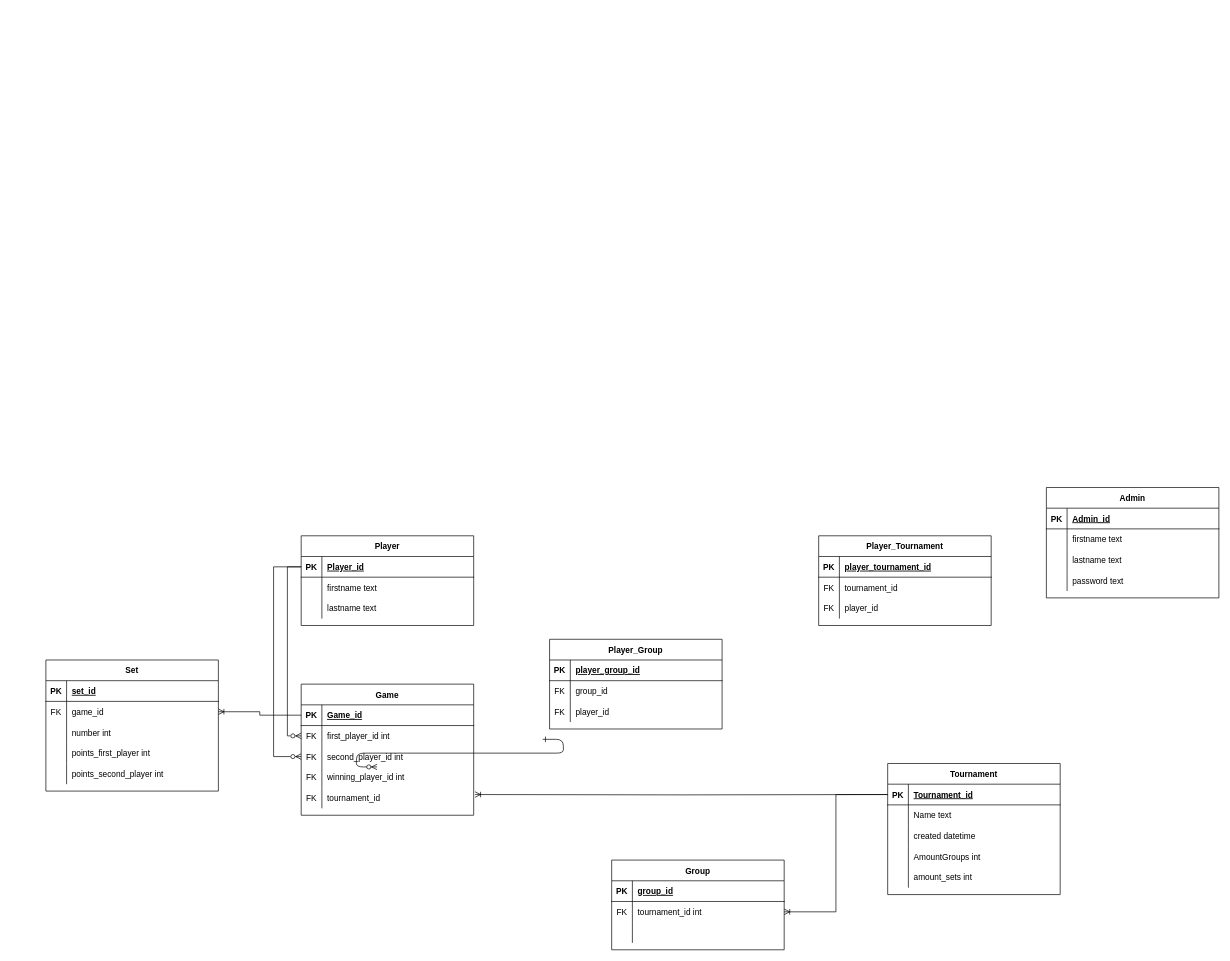
WolfusGeorgus/turbo-tennis keeps this draw.io diagram as TurboTennis.drawio. Above is the earlier version. Source tidied: cells renumbered, new cells numbered last; positions are measured from the earlier drawing's top-left corner, leaving out a move shared by most shapes. Both pictures are drawn from the tidied source at 69%, with x=0, y=0 at pixel (46, 487).
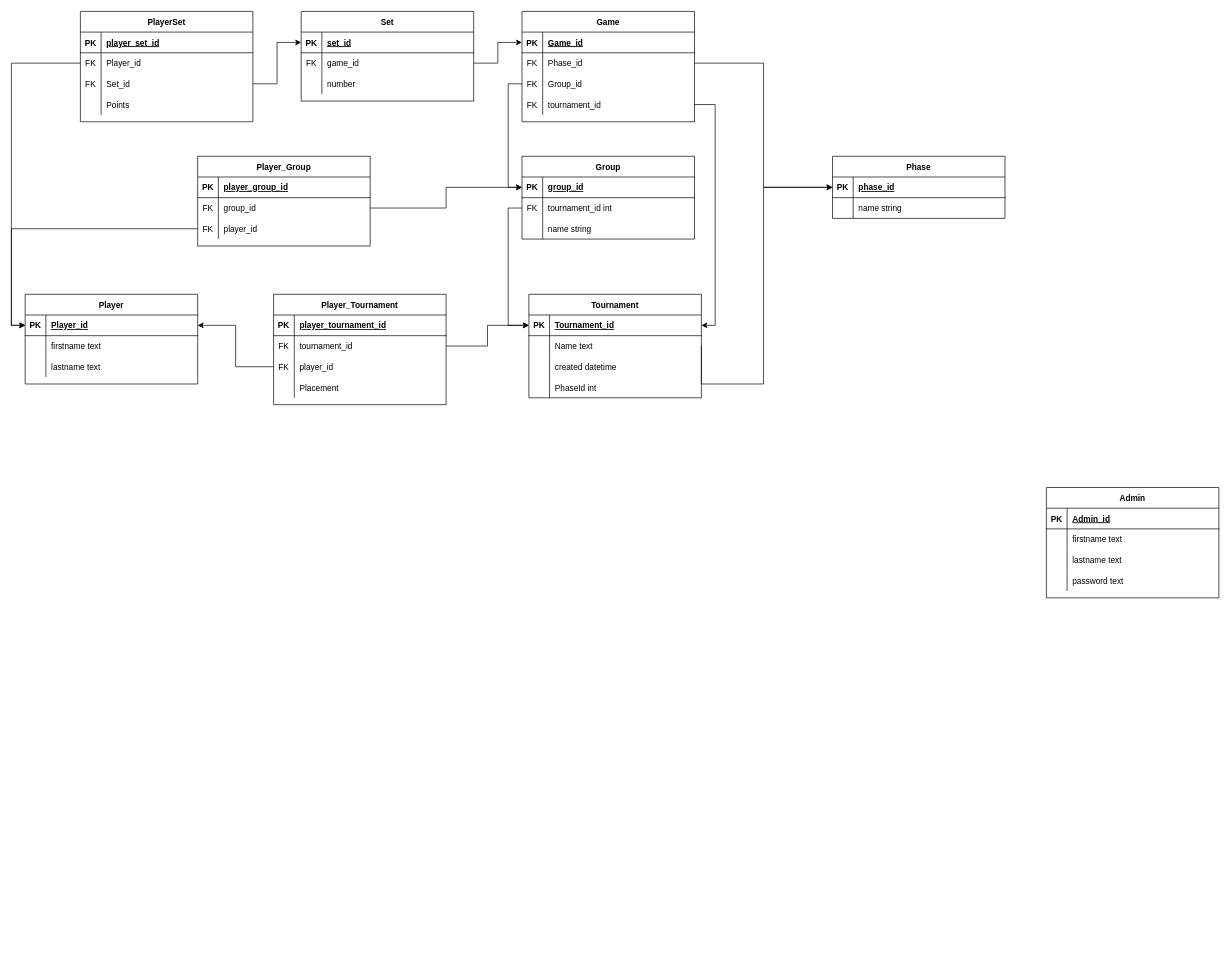
After the change.

The change refers to these unchanged cells:
```xml
<mxCell id="4" style="shape=partialRectangle;fillColor=none;points=[[0,0.5],[1,0.5]];portConstraint=eastwest;top=0;left=0;right=0;bottom=1;" parent="3" vertex="1">
  <mxGeometry y="30" width="250" height="30" as="geometry" />
</mxCell>
<mxCell id="27" style="shape=partialRectangle;fillColor=none;points=[[0,0.5],[1,0.5]];portConstraint=eastwest;top=0;left=0;right=0;bottom=1;" parent="26" vertex="1">
  <mxGeometry y="30" width="250" height="30" as="geometry" />
</mxCell>
<mxCell id="30" style="shape=partialRectangle;fillColor=none;points=[[0,0.5],[1,0.5]];portConstraint=eastwest;top=0;left=0;right=0;bottom=0;" parent="26" vertex="1">
  <mxGeometry y="60" width="250" height="30" as="geometry" />
</mxCell>
<mxCell id="36" style="shape=partialRectangle;fillColor=none;top=0;left=0;right=0;bottom=0;" parent="26" vertex="1">
  <mxGeometry y="120" width="250" height="30" as="geometry" />
</mxCell>
<mxCell id="43" style="shape=partialRectangle;fillColor=none;points=[[0,0.5],[1,0.5]];portConstraint=eastwest;top=0;left=0;right=0;bottom=1;" parent="42" vertex="1">
  <mxGeometry y="30" width="250" height="30" as="geometry" />
</mxCell>
<mxCell id="46" style="shape=partialRectangle;fillColor=none;points=[[0,0.5],[1,0.5]];portConstraint=eastwest;top=0;left=0;right=0;bottom=0;" parent="42" vertex="1">
  <mxGeometry y="60" width="250" height="30" as="geometry" />
</mxCell>
<mxCell id="59" style="shape=partialRectangle;fillColor=none;points=[[0,0.5],[1,0.5]];portConstraint=eastwest;top=0;left=0;right=0;bottom=1;" parent="58" vertex="1">
  <mxGeometry y="30" width="250" height="30" as="geometry" />
</mxCell>
<mxCell id="62" style="shape=partialRectangle;fillColor=none;points=[[0,0.5],[1,0.5]];portConstraint=eastwest;top=0;left=0;right=0;bottom=0;" parent="58" vertex="1">
  <mxGeometry y="60" width="250" height="30" as="geometry" />
</mxCell>
<mxCell id="77" style="shape=partialRectangle;fillColor=none;points=[[0,0.5],[1,0.5]];portConstraint=eastwest;top=0;left=0;right=0;bottom=1;" parent="76" vertex="1">
  <mxGeometry y="30" width="250" height="30" as="geometry" />
</mxCell>
<mxCell id="80" style="shape=partialRectangle;fillColor=none;points=[[0,0.5],[1,0.5]];portConstraint=eastwest;top=0;left=0;right=0;bottom=0;" parent="76" vertex="1">
  <mxGeometry y="60" width="250" height="30" as="geometry" />
</mxCell>
<mxCell id="83" style="shape=partialRectangle;fillColor=none;top=0;left=0;right=0;bottom=0;" parent="76" vertex="1">
  <mxGeometry y="90" width="250" height="30" as="geometry" />
</mxCell>
<mxCell id="93" style="shape=partialRectangle;fillColor=none;points=[[0,0.5],[1,0.5]];portConstraint=eastwest;top=0;left=0;right=0;bottom=0;" parent="89" vertex="1">
  <mxGeometry y="60" width="250" height="30" as="geometry" />
</mxCell>
<mxCell id="96" style="shape=partialRectangle;fillColor=none;points=[[0,0.5],[1,0.5]];portConstraint=eastwest;top=0;left=0;right=0;bottom=0;" parent="89" vertex="1">
  <mxGeometry y="90" width="250" height="30" as="geometry" />
</mxCell>
<mxCell id="103" style="shape=partialRectangle;fillColor=none;points=[[0,0.5],[1,0.5]];portConstraint=eastwest;top=0;left=0;right=0;bottom=0;" parent="99" vertex="1">
  <mxGeometry y="60" width="250" height="30" as="geometry" />
</mxCell>
<mxCell id="106" style="shape=partialRectangle;fillColor=none;points=[[0,0.5],[1,0.5]];portConstraint=eastwest;top=0;left=0;right=0;bottom=0;" parent="99" vertex="1">
  <mxGeometry y="90" width="250" height="30" as="geometry" />
</mxCell>
```

What changed in the source:
```diff
@@
-    <mxCell id="2" style="edgeStyle=entityRelationEdgeStyle;endArrow=ERzeroToMany;startArrow=ERone;endFill=1;startFill=0;" parent="1" edge="1">
-      <mxGeometry relative="1" as="geometry">
-        <mxPoint x="720" y="365" as="sourcePoint" />
-        <mxPoint x="480" y="405" as="targetPoint" />
-      </mxGeometry>
-    </mxCell>
     <mxCell id="3" value="Player" style="shape=table;startSize=30;childLayout=tableLayout;rowLines=0;fontStyle=1;align=center;" parent="1" vertex="1">
-      <mxGeometry x="370" y="70" width="250" height="130" as="geometry" />
+      <mxGeometry x="-30" y="-280" width="250" height="130" as="geometry" />
     </mxCell>
@@
     <mxCell id="26" value="Tournament" style="shape=table;startSize=30;childLayout=tableLayout;rowLines=0;fontStyle=1;align=center;" parent="1" vertex="1">
-      <mxGeometry x="1220" y="400" width="250" height="190" as="geometry" />
+      <mxGeometry x="700" y="-280" width="250" height="150" as="geometry" />
     </mxCell>
@@
-    <mxCell id="38" value="AmountGroups int" style="shape=partialRectangle;overflow=hidden;fillColor=none;top=0;left=0;bottom=0;right=0;align=left;spacingLeft=6;" parent="36" vertex="1">
+    <mxCell id="38" value="PhaseId int" style="shape=partialRectangle;overflow=hidden;fillColor=none;top=0;left=0;bottom=0;right=0;align=left;spacingLeft=6;" parent="36" vertex="1">
       <mxGeometry x="30" width="220" height="30" as="geometry" />
     </mxCell>
-    <mxCell id="39" style="shape=partialRectangle;fillColor=none;top=0;left=0;right=0;bottom=0;" parent="26" vertex="1">
-      <mxGeometry y="150" width="250" height="30" as="geometry" />
-    </mxCell>
-    <mxCell id="40" style="shape=partialRectangle;overflow=hidden;fillColor=none;top=0;left=0;bottom=0;right=0;" parent="39" vertex="1">
-      <mxGeometry width="30" height="30" as="geometry" />
-    </mxCell>
-    <mxCell id="41" value="amount_sets int" style="shape=partialRectangle;overflow=hidden;fillColor=none;top=0;left=0;bottom=0;right=0;align=left;spacingLeft=6;" parent="39" vertex="1">
-      <mxGeometry x="30" width="220" height="30" as="geometry" />
-    </mxCell>
     <mxCell id="42" value="Game" style="shape=table;startSize=30;childLayout=tableLayout;rowLines=0;fontStyle=1;align=center;" parent="1" vertex="1">
-      <mxGeometry x="370" y="285" width="250" height="190" as="geometry" />
+      <mxGeometry x="690" y="-690" width="250" height="160" as="geometry" />
     </mxCell>
@@
-    <mxCell id="48" value="first_player_id int" style="shape=partialRectangle;overflow=hidden;fillColor=none;top=0;left=0;bottom=0;right=0;align=left;spacingLeft=6;" parent="46" vertex="1">
+    <mxCell id="48" value="Phase_id" style="shape=partialRectangle;overflow=hidden;fillColor=none;top=0;left=0;bottom=0;right=0;align=left;spacingLeft=6;" parent="46" vertex="1">
       <mxGeometry x="30" width="220" height="30" as="geometry" />
     </mxCell>
-    <mxCell id="49" style="shape=partialRectangle;fillColor=none;points=[[0,0.5],[1,0.5]];portConstraint=eastwest;top=0;left=0;right=0;bottom=0;" parent="42" vertex="1">
-      <mxGeometry y="90" width="250" height="30" as="geometry" />
-    </mxCell>
-    <mxCell id="50" value="FK" style="shape=partialRectangle;overflow=hidden;fillColor=none;top=0;left=0;bottom=0;right=0;" parent="49" vertex="1">
-      <mxGeometry width="30" height="30" as="geometry" />
-    </mxCell>
-    <mxCell id="51" value="second_player_id int" style="shape=partialRectangle;overflow=hidden;fillColor=none;top=0;left=0;bottom=0;right=0;align=left;spacingLeft=6;" parent="49" vertex="1">
-      <mxGeometry x="30" width="220" height="30" as="geometry" />
-    </mxCell>
     <mxCell id="52" style="shape=partialRectangle;fillColor=none;points=[[0,0.5],[1,0.5]];portConstraint=eastwest;top=0;left=0;right=0;bottom=0;" parent="42" vertex="1">
-      <mxGeometry y="120" width="250" height="30" as="geometry" />
+      <mxGeometry y="90" width="250" height="30" as="geometry" />
     </mxCell>
@@
-    <mxCell id="54" value="winning_player_id int" style="shape=partialRectangle;overflow=hidden;fillColor=none;top=0;left=0;bottom=0;right=0;align=left;spacingLeft=6;" parent="52" vertex="1">
+    <mxCell id="54" value="Group_id" style="shape=partialRectangle;overflow=hidden;fillColor=none;top=0;left=0;bottom=0;right=0;align=left;spacingLeft=6;" parent="52" vertex="1">
       <mxGeometry x="30" width="220" height="30" as="geometry" />
     </mxCell>
     <mxCell id="55" style="shape=partialRectangle;fillColor=none;points=[[0,0.5],[1,0.5]];portConstraint=eastwest;top=0;left=0;right=0;bottom=0;" parent="42" vertex="1">
-      <mxGeometry y="150" width="250" height="30" as="geometry" />
+      <mxGeometry y="120" width="250" height="30" as="geometry" />
     </mxCell>
@@
     <mxCell id="58" value="Set" style="shape=table;startSize=30;childLayout=tableLayout;rowLines=0;fontStyle=1;align=center;" parent="1" vertex="1">
-      <mxGeometry y="250" width="250" height="190" as="geometry" />
+      <mxGeometry x="370" y="-690" width="250" height="130" as="geometry" />
     </mxCell>
@@
-    <mxCell id="65" style="shape=partialRectangle;fillColor=none;top=0;left=0;right=0;bottom=0;" parent="58" vertex="1">
-      <mxGeometry y="90" width="250" height="30" as="geometry" />
-    </mxCell>
-    <mxCell id="66" style="shape=partialRectangle;overflow=hidden;fillColor=none;top=0;left=0;bottom=0;right=0;" parent="65" vertex="1">
-      <mxGeometry width="30" height="30" as="geometry" />
-    </mxCell>
-    <mxCell id="67" value="number int" style="shape=partialRectangle;overflow=hidden;fillColor=none;top=0;left=0;bottom=0;right=0;align=left;spacingLeft=6;" parent="65" vertex="1">
-      <mxGeometry x="30" width="220" height="30" as="geometry" />
-    </mxCell>
     <mxCell id="68" style="shape=partialRectangle;fillColor=none;top=0;left=0;right=0;bottom=0;" parent="58" vertex="1">
-      <mxGeometry y="120" width="250" height="30" as="geometry" />
+      <mxGeometry y="90" width="250" height="30" as="geometry" />
     </mxCell>
@@
-    <mxCell id="70" value="points_first_player int" style="shape=partialRectangle;overflow=hidden;fillColor=none;top=0;left=0;bottom=0;right=0;align=left;spacingLeft=6;" parent="68" vertex="1">
+    <mxCell id="70" value="number" style="shape=partialRectangle;overflow=hidden;fillColor=none;top=0;left=0;bottom=0;right=0;align=left;spacingLeft=6;" parent="68" vertex="1">
       <mxGeometry x="30" width="220" height="30" as="geometry" />
     </mxCell>
-    <mxCell id="71" style="shape=partialRectangle;fillColor=none;top=0;left=0;right=0;bottom=0;" parent="58" vertex="1">
-      <mxGeometry y="150" width="250" height="30" as="geometry" />
-    </mxCell>
-    <mxCell id="72" style="shape=partialRectangle;overflow=hidden;fillColor=none;top=0;left=0;bottom=0;right=0;" parent="71" vertex="1">
-      <mxGeometry width="30" height="30" as="geometry" />
-    </mxCell>
-    <mxCell id="73" value="points_second_player int" style="shape=partialRectangle;overflow=hidden;fillColor=none;top=0;left=0;bottom=0;right=0;align=left;spacingLeft=6;" parent="71" vertex="1">
-      <mxGeometry x="30" width="220" height="30" as="geometry" />
-    </mxCell>
-    <mxCell id="74" style="edgeStyle=orthogonalEdgeStyle;rounded=0;jettySize=auto;html=1;entryX=0;entryY=0.5;entryDx=0;entryDy=0;endArrow=none;endFill=0;startArrow=ERzeroToMany;startFill=0;" parent="1" edge="1" source="46" target="4">
-      <mxGeometry relative="1" as="geometry" />
-    </mxCell>
-    <mxCell id="75" style="edgeStyle=orthogonalEdgeStyle;rounded=0;jettySize=auto;html=1;entryX=0;entryY=0.5;entryDx=0;entryDy=0;startArrow=ERzeroToMany;startFill=0;endArrow=none;endFill=0;" parent="1" edge="1" source="49" target="4">
-      <mxGeometry relative="1" as="geometry">
-        <Array as="points">
-          <mxPoint x="330" y="390" />
-          <mxPoint x="330" y="115" />
-        </Array>
-      </mxGeometry>
-    </mxCell>
     <mxCell id="76" value="Group" style="shape=table;startSize=30;childLayout=tableLayout;rowLines=0;fontStyle=1;align=center;" parent="1" vertex="1">
-      <mxGeometry x="820" y="540" width="250" height="130" as="geometry" />
+      <mxGeometry x="690" y="-480" width="250" height="120" as="geometry" />
     </mxCell>
@@
-    <mxCell id="85" style="shape=partialRectangle;overflow=hidden;fillColor=none;top=0;left=0;bottom=0;right=0;align=left;spacingLeft=6;" parent="83" vertex="1">
+    <mxCell id="85" value="name string" style="shape=partialRectangle;overflow=hidden;fillColor=none;top=0;left=0;bottom=0;right=0;align=left;spacingLeft=6;" parent="83" vertex="1">
       <mxGeometry x="30" width="220" height="30" as="geometry" />
     </mxCell>
-    <mxCell id="86" style="edgeStyle=orthogonalEdgeStyle;rounded=0;jettySize=auto;html=1;entryX=0;entryY=0.5;entryDx=0;entryDy=0;startArrow=ERoneToMany;startFill=0;endArrow=none;endFill=0;" parent="1" edge="1" target="27">
-      <mxGeometry relative="1" as="geometry">
-        <mxPoint x="622" y="445" as="sourcePoint" />
-      </mxGeometry>
-    </mxCell>
-    <mxCell id="87" style="edgeStyle=orthogonalEdgeStyle;rounded=0;jettySize=auto;html=1;entryX=0;entryY=0.5;entryDx=0;entryDy=0;startArrow=ERoneToMany;startFill=0;endArrow=none;endFill=0;" parent="1" edge="1" source="80" target="27">
-      <mxGeometry relative="1" as="geometry" />
-    </mxCell>
-    <mxCell id="88" style="edgeStyle=orthogonalEdgeStyle;rounded=0;jettySize=auto;html=1;entryX=0;entryY=0.5;entryDx=0;entryDy=0;exitX=1;exitY=0.5;exitDx=0;exitDy=0;startArrow=ERoneToMany;startFill=0;endArrow=none;endFill=0;" parent="1" edge="1" source="62" target="43">
-      <mxGeometry relative="1" as="geometry" />
-    </mxCell>
     <mxCell id="89" value="Player_Group" style="shape=table;startSize=30;childLayout=tableLayout;rowLines=0;fontStyle=1;align=center;" parent="1" vertex="1">
-      <mxGeometry x="730" y="220" width="250" height="130" as="geometry" />
+      <mxGeometry x="220" y="-480" width="250" height="130" as="geometry" />
     </mxCell>
@@
     <mxCell id="99" value="Player_Tournament" style="shape=table;startSize=30;childLayout=tableLayout;rowLines=0;fontStyle=1;align=center;" parent="1" vertex="1">
-      <mxGeometry x="1120" y="70" width="250" height="130" as="geometry" />
+      <mxGeometry x="330" y="-280" width="250" height="160" as="geometry" />
     </mxCell>
@@
+    <mxCell id="109" style="shape=partialRectangle;fillColor=none;top=0;left=0;right=0;bottom=0;" parent="99" vertex="1">
+      <mxGeometry y="120" width="250" height="30" as="geometry" />
+    </mxCell>
+    <mxCell id="110" style="shape=partialRectangle;overflow=hidden;fillColor=none;top=0;left=0;bottom=0;right=0;" parent="109" vertex="1">
+      <mxGeometry width="30" height="30" as="geometry" />
+    </mxCell>
+    <mxCell id="111" value="Placement" style="shape=partialRectangle;overflow=hidden;fillColor=none;top=0;left=0;bottom=0;right=0;align=left;spacingLeft=6;" parent="109" vertex="1">
+      <mxGeometry x="30" width="220" height="30" as="geometry" />
+    </mxCell>
+    <mxCell id="112" value="Phase" style="shape=table;startSize=30;childLayout=tableLayout;rowLines=0;fontStyle=1;align=center;" parent="1" vertex="1">
+      <mxGeometry x="1140" y="-480" width="250" height="90" as="geometry" />
+    </mxCell>
+    <mxCell id="113" style="shape=partialRectangle;fillColor=none;points=[[0,0.5],[1,0.5]];portConstraint=eastwest;top=0;left=0;right=0;bottom=1;" parent="112" vertex="1">
+      <mxGeometry y="30" width="250" height="30" as="geometry" />
+    </mxCell>
+    <mxCell id="114" value="PK" style="shape=partialRectangle;overflow=hidden;fillColor=none;top=0;left=0;bottom=0;right=0;fontStyle=1;" parent="113" vertex="1">
+      <mxGeometry width="30" height="30" as="geometry" />
+    </mxCell>
+    <mxCell id="115" value="phase_id" style="shape=partialRectangle;overflow=hidden;fillColor=none;top=0;left=0;bottom=0;right=0;align=left;spacingLeft=6;fontStyle=5;" parent="113" vertex="1">
+      <mxGeometry x="30" width="220" height="30" as="geometry" />
+    </mxCell>
+    <mxCell id="116" style="shape=partialRectangle;fillColor=none;top=0;left=0;right=0;bottom=0;" parent="112" vertex="1">
+      <mxGeometry y="60" width="250" height="30" as="geometry" />
+    </mxCell>
+    <mxCell id="117" style="shape=partialRectangle;overflow=hidden;fillColor=none;top=0;left=0;bottom=0;right=0;" parent="116" vertex="1">
+      <mxGeometry width="30" height="30" as="geometry" />
+    </mxCell>
+    <mxCell id="118" value="name string" style="shape=partialRectangle;overflow=hidden;fillColor=none;top=0;left=0;bottom=0;right=0;align=left;spacingLeft=6;" parent="116" vertex="1">
+      <mxGeometry x="30" width="220" height="30" as="geometry" />
+    </mxCell>
+    <mxCell id="119" value="PlayerSet" style="shape=table;startSize=30;childLayout=tableLayout;rowLines=0;fontStyle=1;align=center;" parent="1" vertex="1">
+      <mxGeometry x="50" y="-690" width="250" height="160" as="geometry" />
+    </mxCell>
+    <mxCell id="120" style="shape=partialRectangle;fillColor=none;top=0;left=0;right=0;bottom=1;" parent="119" vertex="1">
+      <mxGeometry y="30" width="250" height="30" as="geometry" />
+    </mxCell>
+    <mxCell id="121" value="PK" style="shape=partialRectangle;overflow=hidden;fillColor=none;top=0;left=0;bottom=0;right=0;fontStyle=1;" parent="120" vertex="1">
+      <mxGeometry width="30" height="30" as="geometry" />
+    </mxCell>
+    <mxCell id="122" value="player_set_id" style="shape=partialRectangle;overflow=hidden;fillColor=none;top=0;left=0;bottom=0;right=0;align=left;spacingLeft=6;fontStyle=5;" parent="120" vertex="1">
+      <mxGeometry x="30" width="220" height="30" as="geometry" />
+    </mxCell>
+    <mxCell id="123" style="shape=partialRectangle;fillColor=none;points=[[0,0.5],[1,0.5]];portConstraint=eastwest;top=0;left=0;right=0;bottom=0;" parent="119" vertex="1">
+      <mxGeometry y="60" width="250" height="30" as="geometry" />
+    </mxCell>
+    <mxCell id="124" value="FK" style="shape=partialRectangle;overflow=hidden;fillColor=none;top=0;left=0;bottom=0;right=0;" parent="123" vertex="1">
+      <mxGeometry width="30" height="30" as="geometry" />
+    </mxCell>
+    <mxCell id="125" value="Player_id" style="shape=partialRectangle;overflow=hidden;fillColor=none;top=0;left=0;bottom=0;right=0;align=left;spacingLeft=6;" parent="123" vertex="1">
+      <mxGeometry x="30" width="220" height="30" as="geometry" />
+    </mxCell>
+    <mxCell id="126" style="shape=partialRectangle;fillColor=none;points=[[0,0.5],[1,0.5]];portConstraint=eastwest;top=0;left=0;right=0;bottom=0;" parent="119" vertex="1">
+      <mxGeometry y="90" width="250" height="30" as="geometry" />
+    </mxCell>
+    <mxCell id="127" value="FK" style="shape=partialRectangle;overflow=hidden;fillColor=none;top=0;left=0;bottom=0;right=0;" parent="126" vertex="1">
+      <mxGeometry width="30" height="30" as="geometry" />
+    </mxCell>
+    <mxCell id="128" value="Set_id" style="shape=partialRectangle;overflow=hidden;fillColor=none;top=0;left=0;bottom=0;right=0;align=left;spacingLeft=6;" parent="126" vertex="1">
+      <mxGeometry x="30" width="220" height="30" as="geometry" />
+    </mxCell>
+    <mxCell id="129" style="shape=partialRectangle;fillColor=none;top=0;left=0;right=0;bottom=0;" parent="119" vertex="1">
+      <mxGeometry y="120" width="250" height="30" as="geometry" />
+    </mxCell>
+    <mxCell id="130" style="shape=partialRectangle;overflow=hidden;fillColor=none;top=0;left=0;bottom=0;right=0;" parent="129" vertex="1">
+      <mxGeometry width="30" height="30" as="geometry" />
+    </mxCell>
+    <mxCell id="131" value="Points" style="shape=partialRectangle;overflow=hidden;fillColor=none;top=0;left=0;bottom=0;right=0;align=left;spacingLeft=6;" parent="129" vertex="1">
+      <mxGeometry x="30" width="220" height="30" as="geometry" />
+    </mxCell>
+    <mxCell id="132" style="edgeStyle=orthogonalEdgeStyle;rounded=0;jettySize=auto;html=1;exitX=0;exitY=0.5;exitDx=0;exitDy=0;" parent="1" edge="1" source="106" target="4">
+      <mxGeometry relative="1" as="geometry" />
+    </mxCell>
+    <mxCell id="133" style="edgeStyle=orthogonalEdgeStyle;rounded=0;jettySize=auto;html=1;exitX=1;exitY=0.5;exitDx=0;exitDy=0;entryX=0;entryY=0.5;entryDx=0;entryDy=0;" parent="1" edge="1" source="103" target="27">
+      <mxGeometry relative="1" as="geometry" />
+    </mxCell>
+    <mxCell id="87" style="edgeStyle=orthogonalEdgeStyle;rounded=0;jettySize=auto;html=1;exitX=0;exitY=0.5;exitDx=0;exitDy=0;entryX=0;entryY=0.5;entryDx=0;entryDy=0;" parent="1" edge="1" source="80" target="27">
+      <mxGeometry relative="1" as="geometry" />
+    </mxCell>
+    <mxCell id="134" style="edgeStyle=orthogonalEdgeStyle;rounded=0;jettySize=auto;html=1;exitX=1;exitY=0.5;exitDx=0;exitDy=0;entryX=0;entryY=0.5;entryDx=0;entryDy=0;" parent="1" edge="1" source="46" target="113">
+      <mxGeometry relative="1" as="geometry" />
+    </mxCell>
+    <mxCell id="135" style="edgeStyle=orthogonalEdgeStyle;rounded=0;jettySize=auto;html=1;exitX=1;exitY=0.5;exitDx=0;exitDy=0;" parent="1" edge="1" source="30" target="113">
+      <mxGeometry relative="1" as="geometry">
+        <Array as="points">
+          <mxPoint x="950" y="-150" />
+          <mxPoint x="1040" y="-150" />
+          <mxPoint x="1040" y="-435" />
+        </Array>
+      </mxGeometry>
+    </mxCell>
+    <mxCell id="136" style="edgeStyle=orthogonalEdgeStyle;rounded=0;jettySize=auto;html=1;exitX=0;exitY=0.5;exitDx=0;exitDy=0;entryX=0;entryY=0.5;entryDx=0;entryDy=0;" parent="1" edge="1" source="52" target="77">
+      <mxGeometry relative="1" as="geometry" />
+    </mxCell>
+    <mxCell id="137" style="edgeStyle=orthogonalEdgeStyle;rounded=0;jettySize=auto;html=1;exitX=1;exitY=0.5;exitDx=0;exitDy=0;entryX=1;entryY=0.5;entryDx=0;entryDy=0;" parent="1" edge="1" source="55" target="27">
+      <mxGeometry relative="1" as="geometry" />
+    </mxCell>
+    <mxCell id="138" style="edgeStyle=orthogonalEdgeStyle;rounded=0;jettySize=auto;html=1;exitX=1;exitY=0.5;exitDx=0;exitDy=0;entryX=0;entryY=0.5;entryDx=0;entryDy=0;" parent="1" edge="1" source="93" target="77">
+      <mxGeometry relative="1" as="geometry" />
+    </mxCell>
+    <mxCell id="139" style="edgeStyle=orthogonalEdgeStyle;rounded=0;jettySize=auto;html=1;exitX=0;exitY=0.5;exitDx=0;exitDy=0;entryX=0;entryY=0.5;entryDx=0;entryDy=0;" parent="1" edge="1" source="96" target="4">
+      <mxGeometry relative="1" as="geometry" />
+    </mxCell>
+    <mxCell id="140" style="edgeStyle=orthogonalEdgeStyle;rounded=0;jettySize=auto;html=1;exitX=0;exitY=0.5;exitDx=0;exitDy=0;entryX=0;entryY=0.5;entryDx=0;entryDy=0;" parent="1" edge="1" source="123" target="4">
+      <mxGeometry relative="1" as="geometry" />
+    </mxCell>
+    <mxCell id="141" style="edgeStyle=orthogonalEdgeStyle;rounded=0;jettySize=auto;html=1;exitX=1;exitY=0.5;exitDx=0;exitDy=0;" parent="1" edge="1" source="126" target="59">
+      <mxGeometry relative="1" as="geometry" />
+    </mxCell>
+    <mxCell id="88" style="edgeStyle=orthogonalEdgeStyle;rounded=0;jettySize=auto;html=1;exitX=1;exitY=0.5;exitDx=0;exitDy=0;" parent="1" edge="1" source="62" target="43">
+      <mxGeometry relative="1" as="geometry" />
+    </mxCell>
```
